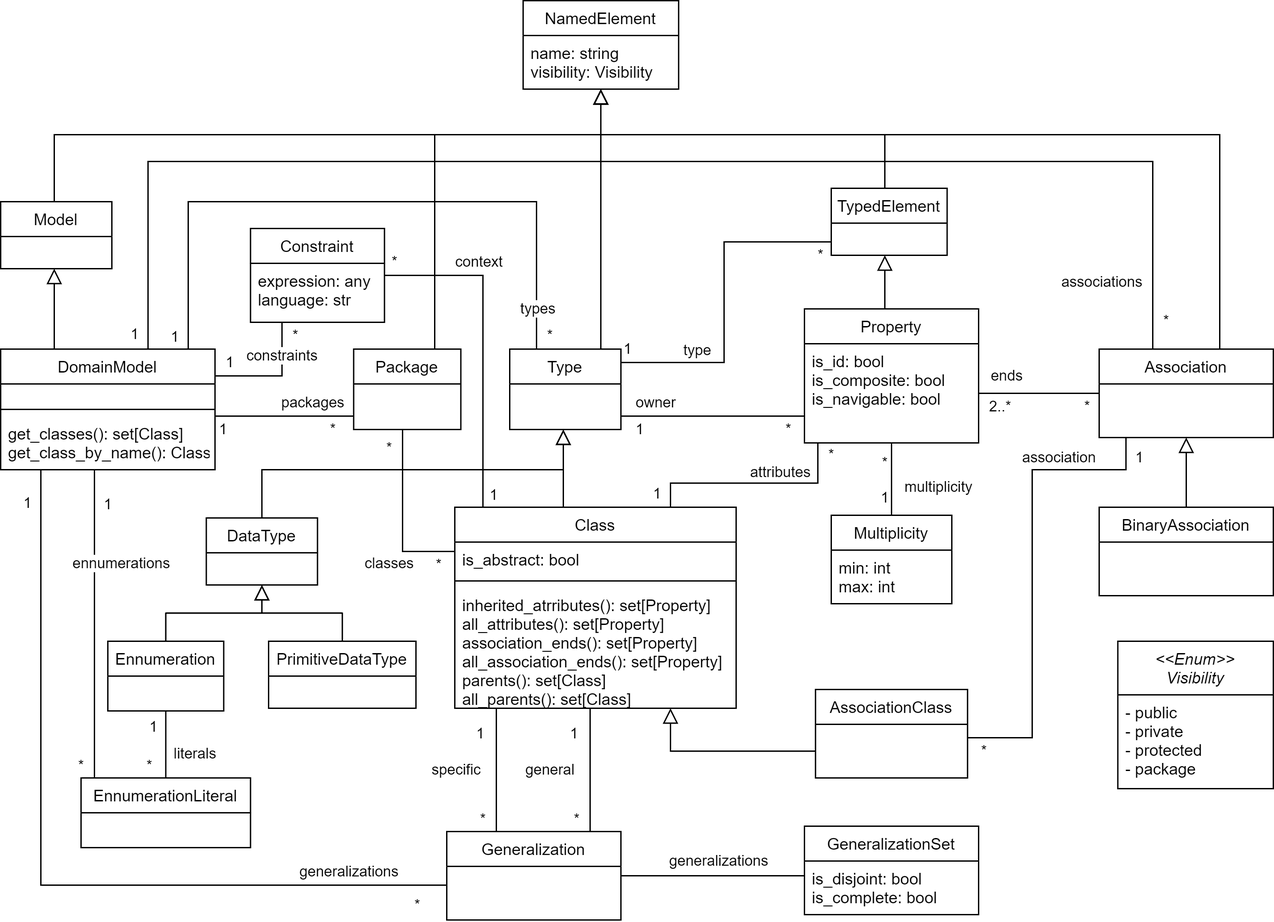
Above: docs/source/img/structural_mm.png in BESSER-PEARL/BESSER (draw.io), before the change. Source tidied: cells renumbered, new cells last; positions are measured from the earlier drawing's top-left corner, leaving out a move shared by most shapes.
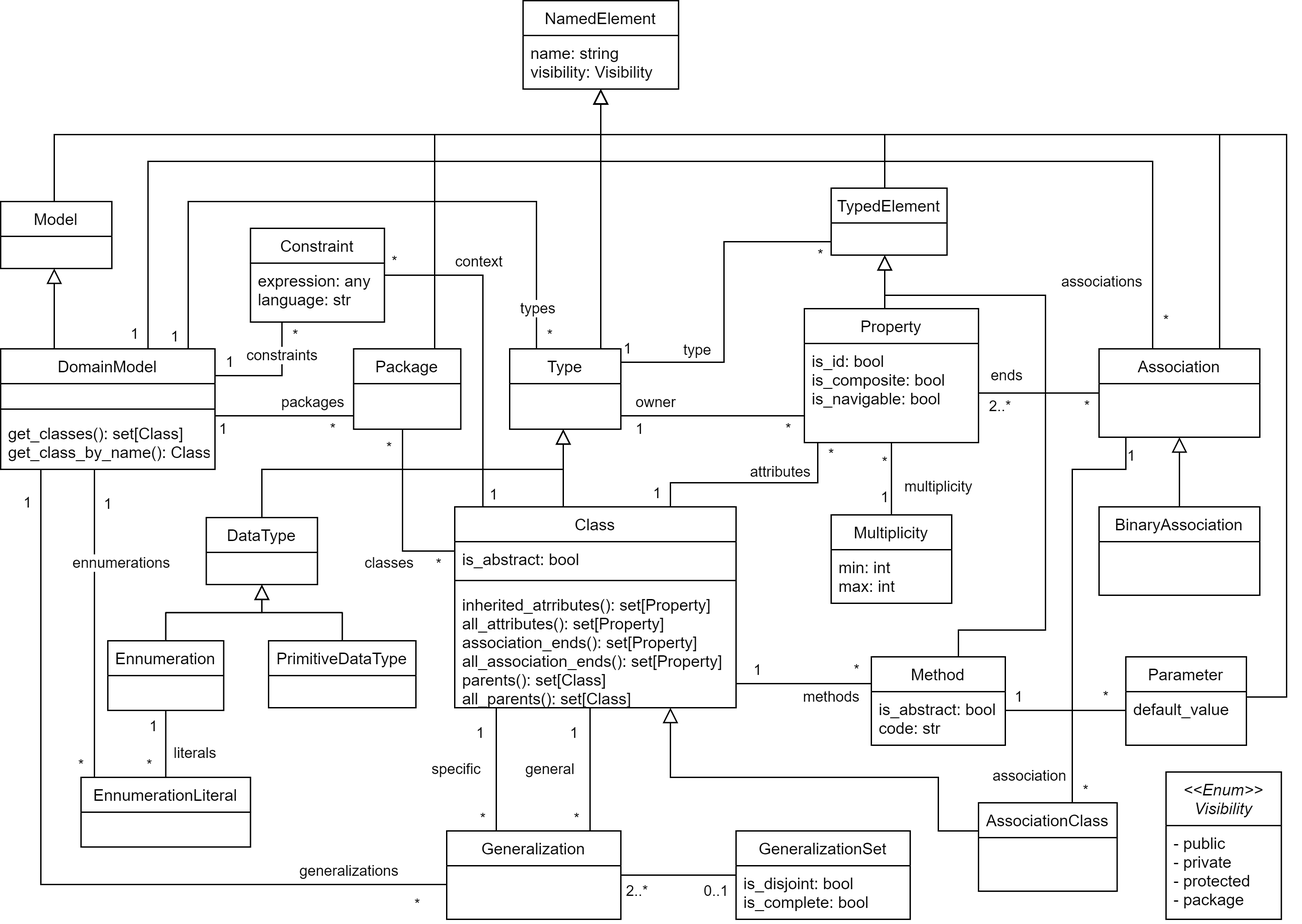
Later version of the same file.

Commit message:
Update structural metamodel figure in the documentation

Change to the diagram source:
```diff
@@ -3,10 +3,10 @@
     <mxCell id="0" />
     <mxCell id="1" parent="0" />
     <mxCell id="2" value="&lt;&lt;Enum&gt;&gt;&#10;Visibility" style="swimlane;fontStyle=2;horizontal=1;startSize=40;fillColor=none;" parent="1" vertex="1">
-      <mxGeometry x="833.9" y="478" width="116.1" height="110" as="geometry" />
+      <mxGeometry x="870" y="576" width="86.1" height="110" as="geometry" />
     </mxCell>
     <mxCell id="3" value="- public&#10;- private&#10;- protected&#10;- package" style="text;strokeColor=none;fillColor=none;align=left;verticalAlign=top;spacingLeft=4;spacingRight=4;overflow=hidden;" parent="2" vertex="1">
-      <mxGeometry y="40" width="116.1" height="70" as="geometry" />
+      <mxGeometry y="40" width="86.1" height="70" as="geometry" />
     </mxCell>
     <mxCell id="4" value="NamedElement" style="swimlane;fontStyle=0;horizontal=1;startSize=26;" parent="1" vertex="1">
       <mxGeometry x="390" width="116.1" height="66" as="geometry" />
@@ -155,7 +155,7 @@
       </mxGeometry>
     </mxCell>
     <mxCell id="36" value="Association" style="swimlane;fontStyle=0;horizontal=1;startSize=26;" parent="1" vertex="1">
-      <mxGeometry x="820" y="260" width="130" height="66" as="geometry" />
+      <mxGeometry x="820" y="260" width="120" height="66" as="geometry" />
     </mxCell>
     <mxCell id="37" style="endArrow=none;html=1;edgeStyle=orthogonalEdgeStyle;rounded=0;" parent="1" edge="1" source="11" target="36">
       <mxGeometry relative="1" as="geometry">
@@ -181,43 +181,45 @@
       </mxGeometry>
     </mxCell>
     <mxCell id="41" value="BinaryAssociation" style="swimlane;fontStyle=0;horizontal=1;startSize=26;fillColor=none;" parent="1" vertex="1">
-      <mxGeometry x="820" y="378" width="130" height="66" as="geometry" />
+      <mxGeometry x="820" y="378" width="120" height="66" as="geometry" />
     </mxCell>
     <mxCell id="42" style="edgeStyle=orthogonalEdgeStyle;rounded=0;jettySize=auto;html=1;fontSize=12;fontColor=#99BEFF;startArrow=none;startFill=0;endArrow=block;endFill=0;endSize=9;" parent="1" edge="1" source="41" target="36">
       <mxGeometry relative="1" as="geometry" />
     </mxCell>
     <mxCell id="43" value="AssociationClass" style="swimlane;fontStyle=0;horizontal=1;startSize=26;fillColor=none;" parent="1" vertex="1">
-      <mxGeometry x="608.2" y="514" width="113.5" height="66" as="geometry" />
+      <mxGeometry x="730" y="599" width="103.5" height="66" as="geometry" />
     </mxCell>
     <mxCell id="44" style="edgeStyle=orthogonalEdgeStyle;rounded=0;jettySize=auto;html=1;fontSize=12;fontColor=#99BEFF;startArrow=none;startFill=0;endArrow=block;endFill=0;endSize=9;" parent="1" edge="1" source="43" target="27">
       <mxGeometry relative="1" as="geometry">
         <Array as="points">
-          <mxPoint x="500" y="560" />
+          <mxPoint x="700" y="620" />
+          <mxPoint x="700" y="580" />
+          <mxPoint x="500" y="580" />
         </Array>
       </mxGeometry>
     </mxCell>
     <mxCell id="45" style="endArrow=none;html=1;edgeStyle=orthogonalEdgeStyle;rounded=0;" parent="1" edge="1" source="43" target="36">
       <mxGeometry relative="1" as="geometry">
         <Array as="points">
-          <mxPoint x="770" y="550" />
-          <mxPoint x="770" y="350" />
+          <mxPoint x="800" y="660" />
+          <mxPoint x="800" y="350" />
           <mxPoint x="840" y="350" />
         </Array>
       </mxGeometry>
     </mxCell>
     <mxCell id="46" value="association" style="edgeLabel;html=1;align=center;verticalAlign=middle;" parent="45" vertex="1">
       <mxGeometry x="0.2" y="-1" relative="1" as="geometry">
-        <mxPoint x="19" y="-53" as="offset" />
+        <mxPoint x="-33" y="167" as="offset" />
       </mxGeometry>
     </mxCell>
     <mxCell id="47" value="*" style="edgeLabel;html=1;align=center;verticalAlign=middle;" parent="45" vertex="1">
       <mxGeometry x="-0.8" y="-1" relative="1" as="geometry">
-        <mxPoint x="-22" y="9" as="offset" />
+        <mxPoint x="9" y="22" as="offset" />
       </mxGeometry>
     </mxCell>
     <mxCell id="48" value="1" style="edgeLabel;html=1;align=center;verticalAlign=middle;" parent="45" vertex="1">
       <mxGeometry x="0.86" y="1" relative="1" as="geometry">
-        <mxPoint x="11" y="-9" as="offset" />
+        <mxPoint x="5" y="-9" as="offset" />
       </mxGeometry>
     </mxCell>
     <mxCell id="49" value="Generalization" style="swimlane;fontStyle=0;horizontal=1;startSize=26;fillColor=none;" parent="1" vertex="1">
@@ -270,7 +272,7 @@
       </mxGeometry>
     </mxCell>
     <mxCell id="58" value="GeneralizationSet" style="swimlane;fontStyle=0;horizontal=1;startSize=26;fillColor=none;" parent="1" vertex="1">
-      <mxGeometry x="600" y="616" width="130" height="66" as="geometry" />
+      <mxGeometry x="549" y="620" width="130" height="66" as="geometry" />
     </mxCell>
     <mxCell id="59" value="is_disjoint: bool&#10;is_complete: bool&#10;" style="text;strokeColor=none;fillColor=none;align=left;verticalAlign=top;spacingLeft=4;spacingRight=4;overflow=hidden;" parent="58" vertex="1">
       <mxGeometry y="26" width="130" height="40" as="geometry" />
@@ -283,11 +285,16 @@
         </Array>
       </mxGeometry>
     </mxCell>
-    <mxCell id="61" value="generalizations" style="edgeLabel;html=1;align=center;verticalAlign=middle;" parent="60" vertex="1">
-      <mxGeometry x="0.2" y="-1" relative="1" as="geometry">
-        <mxPoint x="-9" y="-12" as="offset" />
-      </mxGeometry>
-    </mxCell>
+    <mxCell id="117" value="0..1" style="edgeLabel;html=1;align=center;verticalAlign=middle;" parent="60" vertex="1">
+      <mxGeometry x="0.64" y="1" relative="1" as="geometry">
+        <mxPoint y="13" as="offset" />
+      </mxGeometry>
+    </mxCell>
+    <mxCell id="118" value="2..*" style="edgeLabel;html=1;align=center;verticalAlign=middle;" parent="60" vertex="1">
+      <mxGeometry x="-0.72" y="-1" relative="1" as="geometry">
+        <mxPoint y="11" as="offset" />
+      </mxGeometry>
+    </mxCell>
     <mxCell id="62" value="DomainModel" style="swimlane;fontStyle=0;horizontal=1;startSize=26;" parent="1" vertex="1">
       <mxGeometry y="260" width="160" height="90" as="geometry" />
     </mxCell>
@@ -582,5 +589,77 @@
         </Array>
       </mxGeometry>
     </mxCell>
+    <mxCell id="119" value="Method" style="swimlane;fontStyle=0;horizontal=1;startSize=26;" parent="1" vertex="1">
+      <mxGeometry x="650" y="490" width="100" height="66" as="geometry" />
+    </mxCell>
+    <mxCell id="120" value="is_abstract: bool&#10;code: str" style="text;strokeColor=none;fillColor=none;align=left;verticalAlign=top;spacingLeft=4;spacingRight=4;overflow=hidden;" parent="119" vertex="1">
+      <mxGeometry y="26" width="100" height="40" as="geometry" />
+    </mxCell>
+    <mxCell id="121" value="Parameter" style="swimlane;fontStyle=0;horizontal=1;startSize=26;" parent="1" vertex="1">
+      <mxGeometry x="840" y="490" width="90" height="66" as="geometry" />
+    </mxCell>
+    <mxCell id="122" value="default_value" style="text;strokeColor=none;fillColor=none;align=left;verticalAlign=top;spacingLeft=4;spacingRight=4;overflow=hidden;" parent="121" vertex="1">
+      <mxGeometry y="26" width="90" height="40" as="geometry" />
+    </mxCell>
+    <mxCell id="123" style="endArrow=none;html=1;edgeStyle=orthogonalEdgeStyle;rounded=0;" parent="1" edge="1" source="121" target="119">
+      <mxGeometry relative="1" as="geometry">
+        <Array as="points">
+          <mxPoint x="790" y="530" />
+          <mxPoint x="790" y="530" />
+        </Array>
+      </mxGeometry>
+    </mxCell>
+    <mxCell id="124" value="1" style="edgeLabel;html=1;align=center;verticalAlign=middle;" parent="123" vertex="1">
+      <mxGeometry x="0.72" y="-1" relative="1" as="geometry">
+        <mxPoint x="-3" y="-9" as="offset" />
+      </mxGeometry>
+    </mxCell>
+    <mxCell id="125" value="*" style="edgeLabel;html=1;align=center;verticalAlign=middle;" parent="123" vertex="1">
+      <mxGeometry x="-0.64" relative="1" as="geometry">
+        <mxPoint y="-10" as="offset" />
+      </mxGeometry>
+    </mxCell>
+    <mxCell id="126" style="endArrow=none;html=1;edgeStyle=orthogonalEdgeStyle;rounded=0;" parent="1" edge="1" source="27" target="119">
+      <mxGeometry relative="1" as="geometry">
+        <Array as="points">
+          <mxPoint x="610" y="510" />
+          <mxPoint x="610" y="510" />
+        </Array>
+      </mxGeometry>
+    </mxCell>
+    <mxCell id="127" value="1" style="edgeLabel;html=1;align=center;verticalAlign=middle;" parent="126" vertex="1">
+      <mxGeometry x="-0.69" relative="1" as="geometry">
+        <mxPoint y="-10" as="offset" />
+      </mxGeometry>
+    </mxCell>
+    <mxCell id="128" value="*" style="edgeLabel;html=1;align=center;verticalAlign=middle;" parent="126" vertex="1">
+      <mxGeometry x="0.59" y="2" relative="1" as="geometry">
+        <mxPoint x="10" y="-8" as="offset" />
+      </mxGeometry>
+    </mxCell>
+    <mxCell id="129" value="methods" style="edgeLabel;html=1;align=center;verticalAlign=middle;" parent="126" vertex="1">
+      <mxGeometry x="0.18" y="-3" relative="1" as="geometry">
+        <mxPoint x="11" y="7" as="offset" />
+      </mxGeometry>
+    </mxCell>
+    <mxCell id="130" style="edgeStyle=orthogonalEdgeStyle;rounded=0;jettySize=auto;html=1;fontSize=12;fontColor=#99BEFF;startArrow=none;startFill=0;endArrow=block;endFill=0;endSize=9;" parent="1" edge="1" source="119" target="115">
+      <mxGeometry relative="1" as="geometry">
+        <Array as="points">
+          <mxPoint x="715" y="470" />
+          <mxPoint x="780" y="470" />
+          <mxPoint x="780" y="220" />
+          <mxPoint x="660" y="220" />
+        </Array>
+      </mxGeometry>
+    </mxCell>
+    <mxCell id="131" style="edgeStyle=orthogonalEdgeStyle;rounded=0;jettySize=auto;html=1;fontSize=12;fontColor=#99BEFF;startArrow=none;startFill=0;endArrow=block;endFill=0;endSize=9;" parent="1" edge="1" source="121" target="4">
+      <mxGeometry relative="1" as="geometry">
+        <Array as="points">
+          <mxPoint x="960" y="520" />
+          <mxPoint x="960" y="100" />
+          <mxPoint x="448" y="100" />
+        </Array>
+      </mxGeometry>
+    </mxCell>
   </root>
 </mxGraphModel>
```
